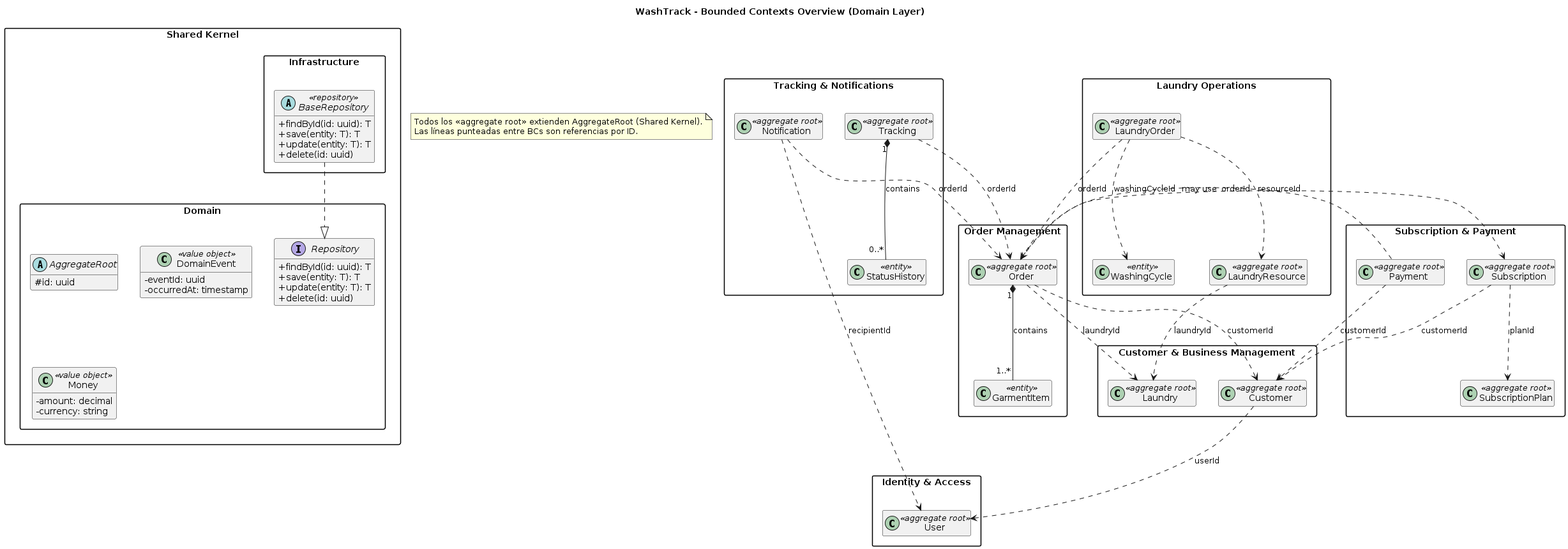
Above: assets/img/Chapter4/class-diagram-overview.png in 1ASI0730-2620-16129-G2-DevTech/DevTechReport-16129-G2 (PlantUML), before the change.
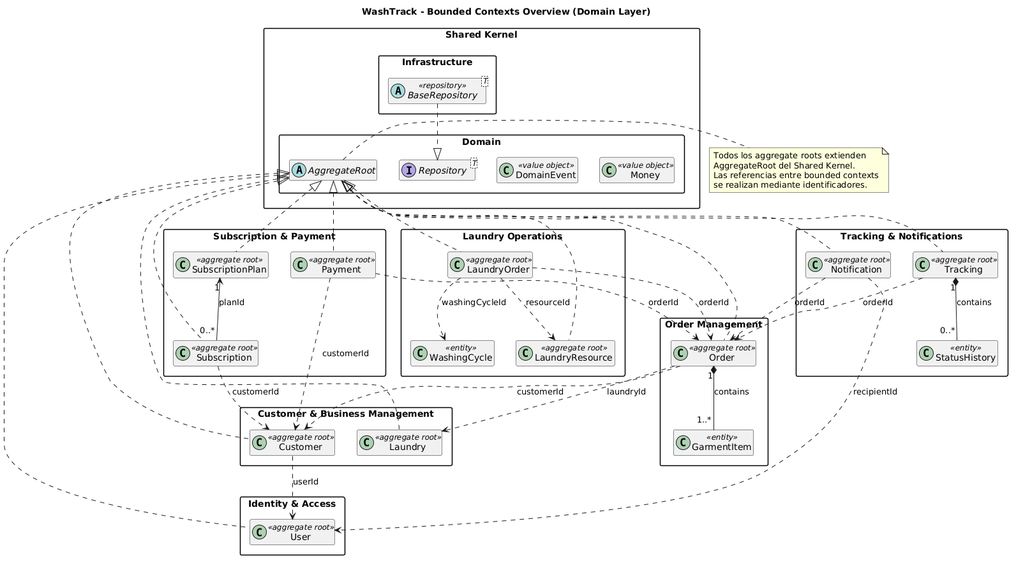
After the commit.

Commit message:
docs: actualizar diagramas de clases y referencias en el reporte

Change to the diagram source:
```diff
@@ -1,99 +1,105 @@
 @startuml
+title WashTrack - Bounded Contexts Overview (Domain Layer)
+hide methods
+hide attributes
 skinparam packageStyle rectangle
-skinparam classAttributeIconSize 0
-skinparam shadowing false
-hide empty members
 
-package "Shared Kernel" as shared {
-
-    package "Domain" as shared_domain {
-
-        abstract class AggregateRoot {
-            # id: uuid
-        }
-
-        interface Repository {
-            + findById(id: uuid): T
-            + save(entity: T): T
-            + update(entity: T): T
-            + delete(id: uuid)
-        }
-
-        class DomainEvent <<value object>> {
-            - eventId: uuid
-            - occurredAt: timestamp
-        }
-
-        class Money <<value object>> {
-            - amount: decimal
-            - currency: string
-        }
+package "Shared Kernel" {
+  package "Domain" {
+    abstract class AggregateRoot {
+      #id: uuid
     }
-
-    package "Infrastructure" as shared_infrastructure {
-
-        abstract class BaseRepository <<repository>> {
-            + findById(id: uuid): T
-            + save(entity: T): T
-            + update(entity: T): T
-            + delete(id: uuid)
-        }
+    interface Repository<T> {
+      +findById(id: uuid): T
+      +save(entity: T): T
+      +update(entity: T): T
+      +delete(id: uuid)
     }
-
+    class DomainEvent <<value object>> {
+      -eventId: uuid
+      -occurredAt: timestamp
+    }
+    class Money <<value object>> {
+      -amount: decimal
+      -currency: string
+    }
+  }
+  package "Infrastructure" {
+    abstract class BaseRepository<T> <<repository>> {
+      +findById(id: uuid): T
+      +save(entity: T): T
+      +update(entity: T): T
+      +delete(id: uuid)
+    }
     BaseRepository ..|> Repository
+  }
 }
 
-title WashTrack - Bounded Contexts Overview (Domain Layer)
-
-package "Identity & Access" as identity {
-    class User <<aggregate root>>
+package "Identity & Access" {
+  class User <<aggregate root>>
 }
 
-package "Customer & Business Management" as customer_business {
-    class Customer <<aggregate root>>
-    class Laundry <<aggregate root>>
+package "Customer & Business Management" {
+  class Customer <<aggregate root>>
+  class Laundry <<aggregate root>>
 }
 
-package "Order Management" as order_management {
-    class Order <<aggregate root>>
-    class GarmentItem <<entity>>
-    Order "1" *-- "1..*" GarmentItem : contains
+package "Order Management" {
+  class Order <<aggregate root>>
+  class GarmentItem <<entity>>
 }
 
-package "Laundry Operations" as laundry_operations {
-    class LaundryOrder <<aggregate root>>
-    class WashingCycle <<entity>>
-    class LaundryResource <<aggregate root>>
-    LaundryOrder ..> WashingCycle : washingCycleId
-    LaundryOrder ..> LaundryResource : resourceId
+package "Laundry Operations" {
+  class LaundryOrder <<aggregate root>>
+  class WashingCycle <<entity>>
+  class LaundryResource <<aggregate root>>
 }
 
-package "Subscription & Payment" as subscription_payment {
-    class SubscriptionPlan <<aggregate root>>
-    class Subscription <<aggregate root>>
-    class Payment <<aggregate root>>
-    Subscription ..> SubscriptionPlan : planId
+package "Subscription & Payment" {
+  class Payment <<aggregate root>>
+  class Subscription <<aggregate root>>
+  class SubscriptionPlan <<aggregate root>>
 }
 
-package "Tracking & Notifications" as tracking_notifications {
-    class Tracking <<aggregate root>>
-    class StatusHistory <<entity>>
-    class Notification <<aggregate root>>
-    Tracking "1" *-- "0..*" StatusHistory : contains
+package "Tracking & Notifications" {
+  class Notification <<aggregate root>>
+  class Tracking <<aggregate root>>
+  class StatusHistory <<entity>>
 }
 
-Customer ..> User : userId
+AggregateRoot <|.. User
+AggregateRoot <|.. Customer
+AggregateRoot <|.. Laundry
+AggregateRoot <|.. Order
+AggregateRoot <|.. LaundryOrder
+AggregateRoot <|.. LaundryResource
+AggregateRoot <|.. Payment
+AggregateRoot <|.. Subscription
+AggregateRoot <|.. SubscriptionPlan
+AggregateRoot <|.. Notification
+AggregateRoot <|.. Tracking
+
+Order "1" *-- "1..*" GarmentItem : contains
+Tracking "1" *-- "0..*" StatusHistory : contains
+SubscriptionPlan "1" <-- "0..*" Subscription : planId
+
 Order ..> Customer : customerId
 Order ..> Laundry : laundryId
 LaundryOrder ..> Order : orderId
-LaundryResource ..> Laundry : laundryId
-Subscription ..> Customer : customerId
+LaundryOrder ..> WashingCycle : washingCycleId
+LaundryOrder ..> LaundryResource : resourceId
 Payment ..> Customer : customerId
 Payment ..> Order : orderId
-Order ..> Subscription : may use
+Subscription ..> Customer : customerId
+Notification ..> User : recipientId
+Notification ..> Order : orderId
 Tracking ..> Order : orderId
-Notification ..> Order : orderId
-Notification ..> User : recipientId
+Customer ..> User : userId
 
-note "Todos los <<aggregate root>> extienden AggregateRoot (Shared Kernel).\nLas líneas punteadas entre BCs son referencias por ID." as N1
+note right of AggregateRoot
+  Todos los aggregate roots extienden
+  AggregateRoot del Shared Kernel.
+  Las referencias entre bounded contexts
+  se realizan mediante identificadores.
+end note
 @enduml
```
